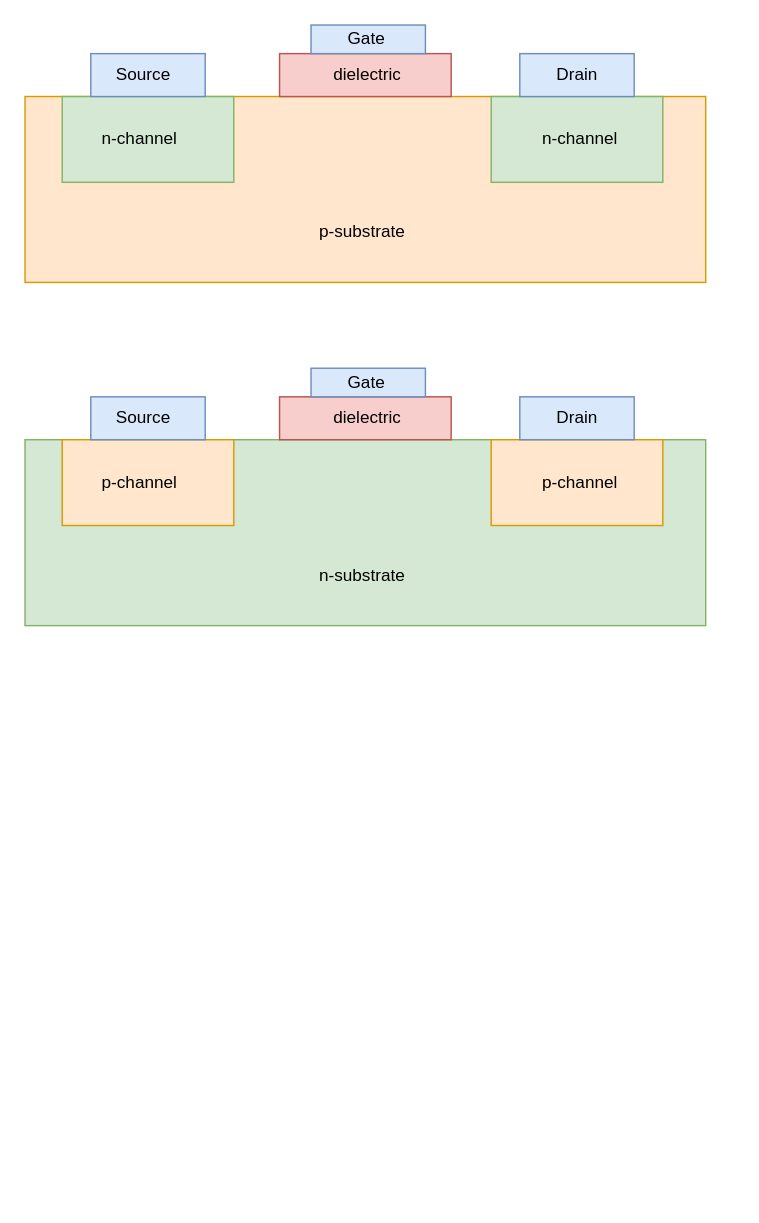
The draw.io diagram 未命名绘图.drawio in wojiaozjt/fpga-soc, before the edit. Source tidied: cells renumbered, new cells numbered last; positions are measured from the earlier drawing's top-left corner, leaving out a move shared by most shapes. Both pictures are drawn from the tidied source at 143%, with x=0, y=0 at pixel (24, 24).
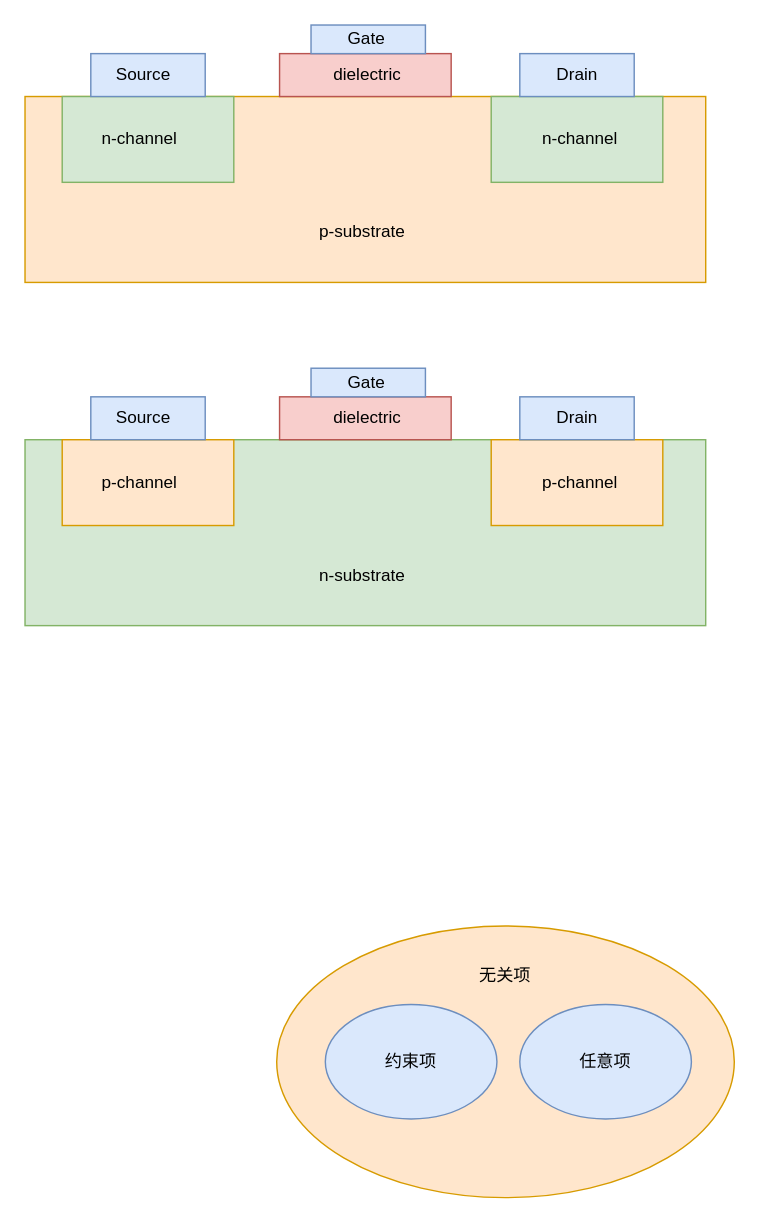
The same diagram, later.

The edit, as a diff of the source:
```diff
@@
+    <mxCell id="30" style="ellipse;whiteSpace=wrap;html=1;fillColor=#ffe6cc;strokeColor=#d79b00;" parent="1" vertex="1">
+      <mxGeometry x="176" y="630" width="320" height="190" as="geometry" />
+    </mxCell>
+    <mxCell id="31" style="ellipse;whiteSpace=wrap;html=1;fillColor=#dae8fc;strokeColor=#6c8ebf;" parent="1" vertex="1">
+      <mxGeometry x="210" y="685" width="120" height="80" as="geometry" />
+    </mxCell>
+    <mxCell id="32" style="ellipse;whiteSpace=wrap;html=1;fillColor=#dae8fc;strokeColor=#6c8ebf;" parent="1" vertex="1">
+      <mxGeometry x="346" y="685" width="120" height="80" as="geometry" />
+    </mxCell>
+    <mxCell id="33" value="无关项" style="text;html=1;align=center;verticalAlign=middle;whiteSpace=wrap;rounded=0;" parent="1" vertex="1">
+      <mxGeometry x="306" y="650" width="60" height="30" as="geometry" />
+    </mxCell>
+    <mxCell id="34" value="任意项" style="text;html=1;align=center;verticalAlign=middle;whiteSpace=wrap;rounded=0;" parent="1" vertex="1">
+      <mxGeometry x="376" y="710" width="60" height="30" as="geometry" />
+    </mxCell>
+    <mxCell id="35" value="约束项" style="text;html=1;align=center;verticalAlign=middle;whiteSpace=wrap;rounded=0;" parent="1" vertex="1">
+      <mxGeometry x="240" y="710" width="60" height="30" as="geometry" />
+    </mxCell>
```
